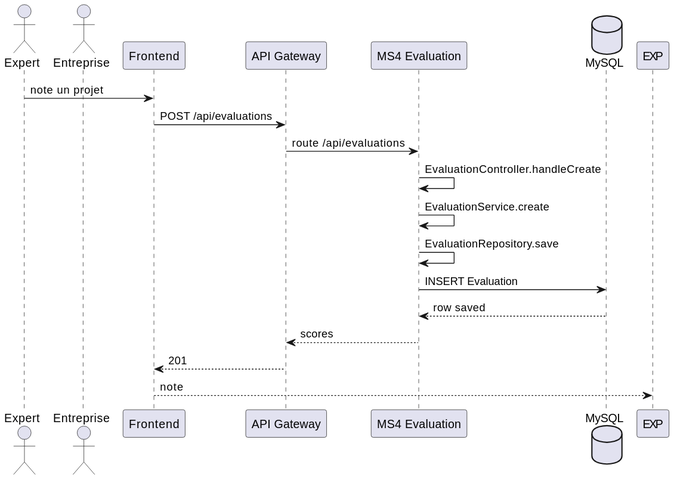
Earlier version of the PlantUML export docs/Diagrams/Evaluation/ms4-evaluation-sequence.svg (reemslama/mini-projet-web). The source it was exported from:
```plantuml
@startuml
skinparam backgroundColor #FFFFFF
actor Expert
actor Entreprise
participant "Frontend" as FE
participant "API Gateway" as GW
participant "MS4 Evaluation" as MS4
database "MySQL" as DB

Expert -> FE : note un projet
FE -> GW : POST /api/evaluations
GW -> MS4 : route /api/evaluations
MS4 -> MS4 : EvaluationController.handleCreate
MS4 -> MS4 : EvaluationService.create
MS4 -> MS4 : EvaluationRepository.save
MS4 -> DB : INSERT Evaluation
DB --> MS4 : row saved
MS4 --> GW : scores
GW --> FE : 201
FE --> EXP : note
@enduml
```
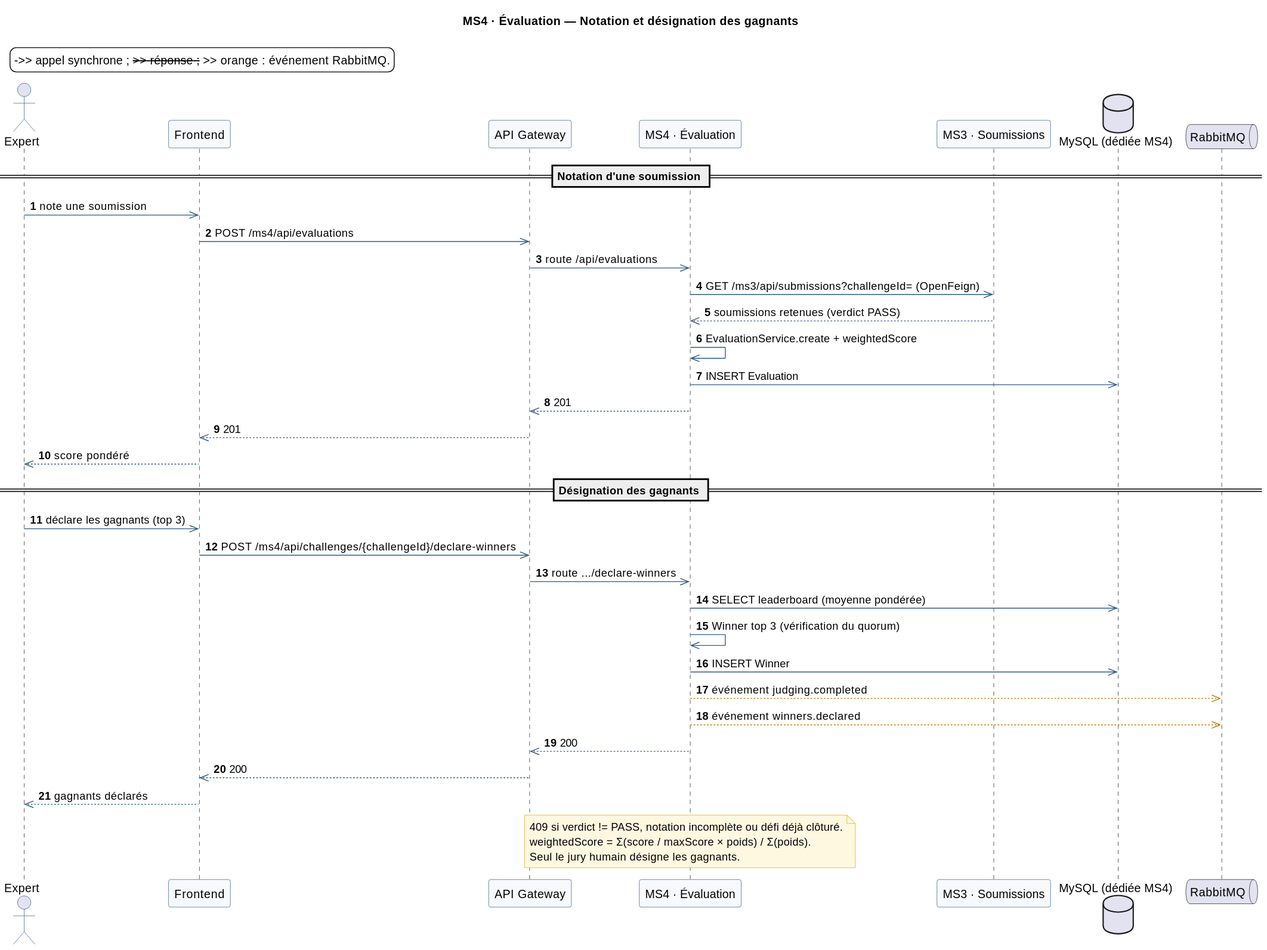
After the change.

Change to the diagram source:
```diff
@@ -1,21 +1,60 @@
 @startuml
+title MS4 · Évaluation — Notation et désignation des gagnants
+
 skinparam backgroundColor #FFFFFF
-actor Expert
-actor Entreprise
+skinparam shadowing false
+skinparam FontName Helvetica
+skinparam FontSize 12
+skinparam ArrowColor #2E5A88
+skinparam ParticipantBackgroundColor #F7F9FC
+skinparam ParticipantBorderColor #2E5A88
+skinparam ActorBorderColor #2E5A88
+skinparam NoteBackgroundColor #FFF8E1
+skinparam NoteBorderColor #D9A400
+autonumber
+
+legend top left
+  ->> appel synchrone ; -->> réponse ; -->> orange : événement RabbitMQ.
+end legend
+
+actor "Expert" as EXP
 participant "Frontend" as FE
 participant "API Gateway" as GW
-participant "MS4 Evaluation" as MS4
-database "MySQL" as DB
+participant "MS4 · Évaluation" as MS4
+participant "MS3 · Soumissions" as MS3
+database "MySQL (dédiée MS4)" as DB
+queue "RabbitMQ" as RMQ
 
-Expert -> FE : note un projet
-FE -> GW : POST /api/evaluations
-GW -> MS4 : route /api/evaluations
-MS4 -> MS4 : EvaluationController.handleCreate
-MS4 -> MS4 : EvaluationService.create
-MS4 -> MS4 : EvaluationRepository.save
-MS4 -> DB : INSERT Evaluation
-DB --> MS4 : row saved
-MS4 --> GW : scores
-GW --> FE : 201
-FE --> EXP : note
+== Notation d'une soumission ==
+
+EXP ->> FE : note une soumission
+FE ->> GW : POST /ms4/api/evaluations
+GW ->> MS4 : route /api/evaluations
+MS4 ->> MS3 : GET /ms3/api/submissions?challengeId= (OpenFeign)
+MS3 -->> MS4 : soumissions retenues (verdict PASS)
+MS4 ->> MS4 : EvaluationService.create + weightedScore
+MS4 ->> DB : INSERT Evaluation
+MS4 -->> GW : 201
+GW -->> FE : 201
+FE -->> EXP : score pondéré
+
+== Désignation des gagnants ==
+
+EXP ->> FE : déclare les gagnants (top 3)
+FE ->> GW : POST /ms4/api/challenges/{challengeId}/declare-winners
+GW ->> MS4 : route .../declare-winners
+MS4 ->> DB : SELECT leaderboard (moyenne pondérée)
+MS4 ->> MS4 : Winner top 3 (vérification du quorum)
+MS4 ->> DB : INSERT Winner
+MS4 --[#C07400]>> RMQ : événement judging.completed
+MS4 --[#C07400]>> RMQ : événement winners.declared
+MS4 -->> GW : 200
+GW -->> FE : 200
+FE -->> EXP : gagnants déclarés
+
+note over MS4
+  409 si verdict != PASS, notation incomplète ou défi déjà clôturé.
+  weightedScore = Σ(score / maxScore × poids) / Σ(poids).
+  Seul le jury humain désigne les gagnants.
+end note
 @enduml
```
